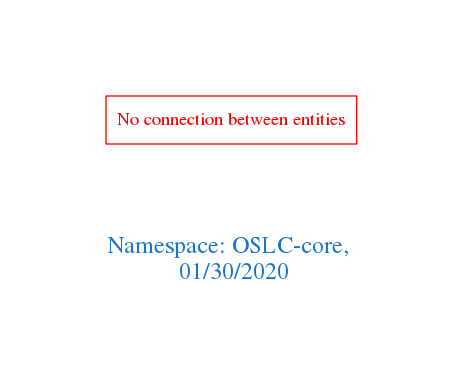
Before: downloads/OSLC-core.png, a diagram exported from Graphviz (arago/OGIT). Its source is kept beside it as downloads/OSLC-core.dot.
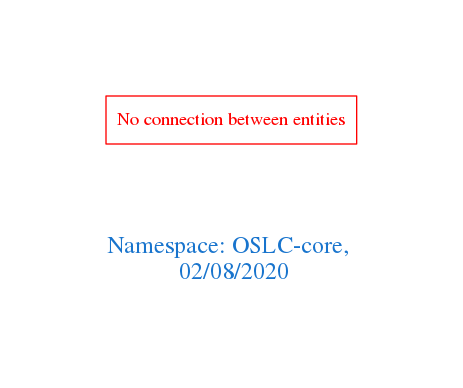
The same file after the commit.

What changed in the source:
```diff
@@ -1,7 +1,7 @@
 digraph OGIT_ontology {
  graph [ rankdir= LR,pad=1
 fontsize = 18,
-fontcolor= dodgerblue3,label = "\n\n\nNamespace: OSLC-core, \n 01/30/2020"];
+fontcolor= dodgerblue3,label = "\n\n\nNamespace: OSLC-core, \n 02/08/2020"];
 node[shape=polygon];
 edge [  color="gray81"];
 
```
